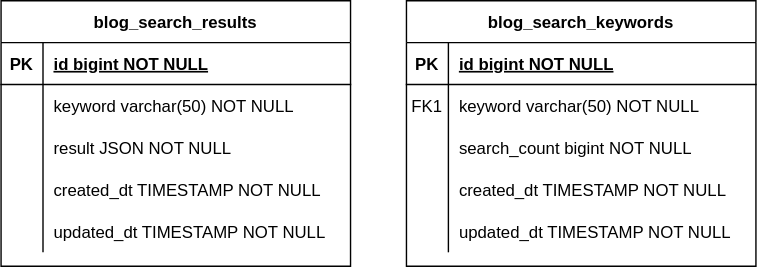
The draw.io diagram blog-search-erd.svg in ChangwookYang/blog-search-service, before a commit. Source tidied: cells renumbered, new cells last; positions are measured from the earlier drawing's top-left corner, leaving out a move shared by most shapes. The source it was exported from:
```xml
<mxGraphModel>
  <root>
    <mxCell id="0" />
    <mxCell id="1" parent="0" />
    <mxCell id="2" value="blog_search_keywords" style="shape=table;startSize=30;rowLines=0;fontStyle=1;align=center;" parent="1" vertex="1">
      <mxGeometry x="290" width="250" height="190" as="geometry" />
    </mxCell>
    <mxCell id="3" style="shape=partialRectangle;fillColor=none;top=0;left=0;right=0;bottom=1;" parent="2" vertex="1">
      <mxGeometry y="30" width="250" height="30" as="geometry" />
    </mxCell>
    <mxCell id="4" value="PK" style="shape=partialRectangle;overflow=hidden;fillColor=none;top=0;left=0;bottom=0;right=0;fontStyle=1;" parent="3" vertex="1">
      <mxGeometry width="30" height="30" as="geometry" />
    </mxCell>
    <mxCell id="5" value="id bigint NOT NULL" style="shape=partialRectangle;overflow=hidden;fillColor=none;top=0;left=0;bottom=0;right=0;align=left;spacingLeft=6;fontStyle=5;" parent="3" vertex="1">
      <mxGeometry x="30" width="220" height="30" as="geometry" />
    </mxCell>
    <mxCell id="6" style="shape=partialRectangle;fillColor=none;top=0;left=0;right=0;bottom=0;" parent="2" vertex="1">
      <mxGeometry y="60" width="250" height="30" as="geometry" />
    </mxCell>
    <mxCell id="7" value="FK1" style="shape=partialRectangle;overflow=hidden;fillColor=none;top=0;left=0;bottom=0;right=0;" parent="6" vertex="1">
      <mxGeometry width="30" height="30" as="geometry" />
    </mxCell>
    <mxCell id="8" value="keyword varchar(50) NOT NULL" style="shape=partialRectangle;overflow=hidden;fillColor=none;top=0;left=0;bottom=0;right=0;align=left;spacingLeft=6;" parent="6" vertex="1">
      <mxGeometry x="30" width="220" height="30" as="geometry" />
    </mxCell>
    <mxCell id="9" style="shape=partialRectangle;fillColor=none;top=0;left=0;right=0;bottom=0;" parent="2" vertex="1">
      <mxGeometry y="90" width="250" height="30" as="geometry" />
    </mxCell>
    <mxCell id="10" style="shape=partialRectangle;overflow=hidden;fillColor=none;top=0;left=0;bottom=0;right=0;" parent="9" vertex="1">
      <mxGeometry width="30" height="30" as="geometry" />
    </mxCell>
    <mxCell id="11" value="search_count bigint NOT NULL" style="shape=partialRectangle;overflow=hidden;fillColor=none;top=0;left=0;bottom=0;right=0;align=left;spacingLeft=6;" parent="9" vertex="1">
      <mxGeometry x="30" width="220" height="30" as="geometry" />
    </mxCell>
    <mxCell id="12" style="shape=partialRectangle;fillColor=none;top=0;left=0;right=0;bottom=0;" parent="2" vertex="1">
      <mxGeometry y="120" width="250" height="30" as="geometry" />
    </mxCell>
    <mxCell id="13" style="shape=partialRectangle;overflow=hidden;fillColor=none;top=0;left=0;bottom=0;right=0;" parent="12" vertex="1">
      <mxGeometry width="30" height="30" as="geometry" />
    </mxCell>
    <mxCell id="14" value="created_dt TIMESTAMP NOT NULL" style="shape=partialRectangle;overflow=hidden;fillColor=none;top=0;left=0;bottom=0;right=0;align=left;spacingLeft=6;" parent="12" vertex="1">
      <mxGeometry x="30" width="220" height="30" as="geometry" />
    </mxCell>
    <mxCell id="15" style="shape=partialRectangle;fillColor=none;top=0;left=0;right=0;bottom=0;" parent="2" vertex="1">
      <mxGeometry y="150" width="250" height="30" as="geometry" />
    </mxCell>
    <mxCell id="16" style="shape=partialRectangle;overflow=hidden;fillColor=none;top=0;left=0;bottom=0;right=0;" parent="15" vertex="1">
      <mxGeometry width="30" height="30" as="geometry" />
    </mxCell>
    <mxCell id="17" value="updated_dt TIMESTAMP NOT NULL" style="shape=partialRectangle;overflow=hidden;fillColor=none;top=0;left=0;bottom=0;right=0;align=left;spacingLeft=6;" parent="15" vertex="1">
      <mxGeometry x="30" width="220" height="30" as="geometry" />
    </mxCell>
    <mxCell id="18" value="blog_search_results" style="shape=table;startSize=30;rowLines=0;fontStyle=1;align=center;" parent="1" vertex="1">
      <mxGeometry width="250" height="190" as="geometry" />
    </mxCell>
    <mxCell id="19" style="shape=partialRectangle;fillColor=none;top=0;left=0;right=0;bottom=1;" parent="18" vertex="1">
      <mxGeometry y="30" width="250" height="30" as="geometry" />
    </mxCell>
    <mxCell id="20" value="PK" style="shape=partialRectangle;overflow=hidden;fillColor=none;top=0;left=0;bottom=0;right=0;fontStyle=1;" parent="19" vertex="1">
      <mxGeometry width="30" height="30" as="geometry" />
    </mxCell>
    <mxCell id="21" value="id bigint NOT NULL " style="shape=partialRectangle;overflow=hidden;fillColor=none;top=0;left=0;bottom=0;right=0;align=left;spacingLeft=6;fontStyle=5;" parent="19" vertex="1">
      <mxGeometry x="30" width="220" height="30" as="geometry" />
    </mxCell>
    <mxCell id="22" style="shape=partialRectangle;fillColor=none;top=0;left=0;right=0;bottom=0;" parent="18" vertex="1">
      <mxGeometry y="60" width="250" height="30" as="geometry" />
    </mxCell>
    <mxCell id="23" style="shape=partialRectangle;overflow=hidden;fillColor=none;top=0;left=0;bottom=0;right=0;" parent="22" vertex="1">
      <mxGeometry width="30" height="30" as="geometry" />
    </mxCell>
    <mxCell id="24" value="keyword varchar(50) NOT NULL" style="shape=partialRectangle;overflow=hidden;fillColor=none;top=0;left=0;bottom=0;right=0;align=left;spacingLeft=6;" parent="22" vertex="1">
      <mxGeometry x="30" width="220" height="30" as="geometry" />
    </mxCell>
    <mxCell id="25" style="shape=partialRectangle;fillColor=none;top=0;left=0;right=0;bottom=0;" parent="18" vertex="1">
      <mxGeometry y="90" width="250" height="30" as="geometry" />
    </mxCell>
    <mxCell id="26" style="shape=partialRectangle;overflow=hidden;fillColor=none;top=0;left=0;bottom=0;right=0;" parent="25" vertex="1">
      <mxGeometry width="30" height="30" as="geometry" />
    </mxCell>
    <mxCell id="27" value="result JSON NOT NULL" style="shape=partialRectangle;overflow=hidden;fillColor=none;top=0;left=0;bottom=0;right=0;align=left;spacingLeft=6;" parent="25" vertex="1">
      <mxGeometry x="30" width="220" height="30" as="geometry" />
    </mxCell>
    <mxCell id="28" style="shape=partialRectangle;fillColor=none;top=0;left=0;right=0;bottom=0;" parent="18" vertex="1">
      <mxGeometry y="120" width="250" height="30" as="geometry" />
    </mxCell>
    <mxCell id="29" style="shape=partialRectangle;overflow=hidden;fillColor=none;top=0;left=0;bottom=0;right=0;" parent="28" vertex="1">
      <mxGeometry width="30" height="30" as="geometry" />
    </mxCell>
    <mxCell id="30" value="created_dt TIMESTAMP NOT NULL" style="shape=partialRectangle;overflow=hidden;fillColor=none;top=0;left=0;bottom=0;right=0;align=left;spacingLeft=6;" parent="28" vertex="1">
      <mxGeometry x="30" width="220" height="30" as="geometry" />
    </mxCell>
    <mxCell id="31" style="shape=partialRectangle;fillColor=none;top=0;left=0;right=0;bottom=0;" parent="18" vertex="1">
      <mxGeometry y="150" width="250" height="30" as="geometry" />
    </mxCell>
    <mxCell id="32" style="shape=partialRectangle;overflow=hidden;fillColor=none;top=0;left=0;bottom=0;right=0;" parent="31" vertex="1">
      <mxGeometry width="30" height="30" as="geometry" />
    </mxCell>
    <mxCell id="33" value="updated_dt TIMESTAMP NOT NULL" style="shape=partialRectangle;overflow=hidden;fillColor=none;top=0;left=0;bottom=0;right=0;align=left;spacingLeft=6;" parent="31" vertex="1">
      <mxGeometry x="30" width="220" height="30" as="geometry" />
    </mxCell>
  </root>
</mxGraphModel>
```
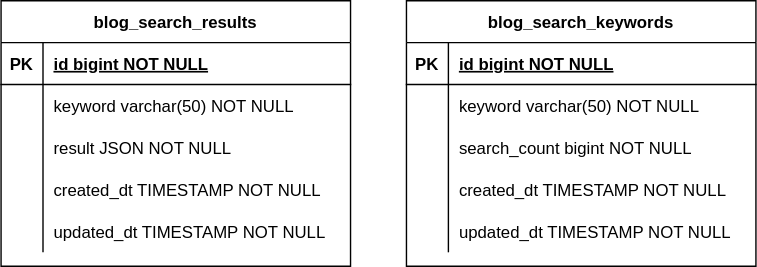
Later version of the same file.

The edit, as a diff of the source:
```diff
@@ -17,7 +17,7 @@
     <mxCell id="6" style="shape=partialRectangle;fillColor=none;top=0;left=0;right=0;bottom=0;" parent="2" vertex="1">
       <mxGeometry y="60" width="250" height="30" as="geometry" />
     </mxCell>
-    <mxCell id="7" value="FK1" style="shape=partialRectangle;overflow=hidden;fillColor=none;top=0;left=0;bottom=0;right=0;" parent="6" vertex="1">
+    <mxCell id="7" style="shape=partialRectangle;overflow=hidden;fillColor=none;top=0;left=0;bottom=0;right=0;" parent="6" vertex="1">
       <mxGeometry width="30" height="30" as="geometry" />
     </mxCell>
     <mxCell id="8" value="keyword varchar(50) NOT NULL" style="shape=partialRectangle;overflow=hidden;fillColor=none;top=0;left=0;bottom=0;right=0;align=left;spacingLeft=6;" parent="6" vertex="1">
```
